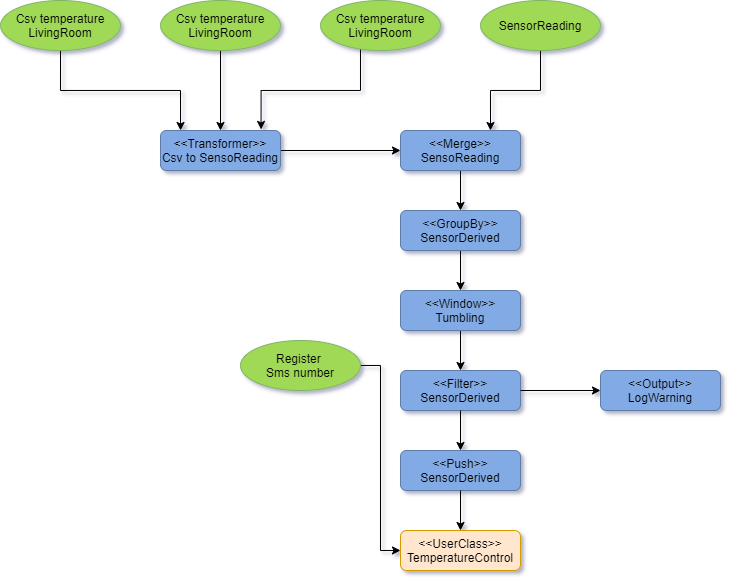
Above: .gitbook/assets/quickstartoverview.png in gregv12/fluxtion (draw.io), before the change. Source tidied: cells renumbered, new cells last; positions are measured from the earlier drawing's top-left corner, leaving out a move shared by most shapes.
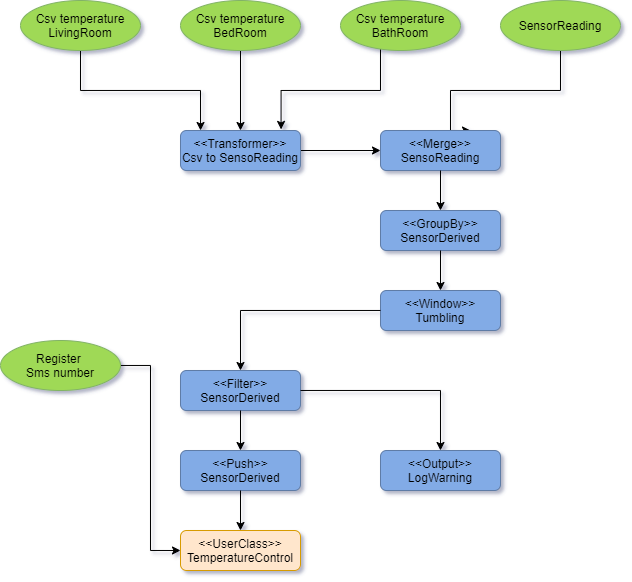
Above is the later version.

Commit message:
GitBook: [master] no pages and one asset modified

The edit, as a diff of the source:
```diff
@@ -22,7 +22,7 @@
     <mxCell id="6" style="edgeStyle=orthogonalEdgeStyle;rounded=0;jettySize=auto;html=1;fontFamily=Helvetica;entryX=0.5;entryY=0;entryDx=0;entryDy=0;" parent="1" edge="1" source="7" target="3">
       <mxGeometry relative="1" as="geometry" />
     </mxCell>
-    <mxCell id="7" value="Csv temperature&lt;br&gt;LivingRoom" style="ellipse;whiteSpace=wrap;html=1;fillColor=#9FD956;strokeColor=#82b366;" parent="1" vertex="1">
+    <mxCell id="7" value="Csv temperature&lt;br&gt;BedRoom" style="ellipse;whiteSpace=wrap;html=1;fillColor=#9FD956;strokeColor=#82b366;" parent="1" vertex="1">
       <mxGeometry x="160" width="120" height="50" as="geometry" />
     </mxCell>
     <mxCell id="8" style="edgeStyle=orthogonalEdgeStyle;rounded=0;jettySize=auto;html=1;fontFamily=Helvetica;entryX=0.838;entryY=-0.027;entryDx=0;entryDy=0;entryPerimeter=0;" parent="1" edge="1" source="9" target="3">
@@ -33,62 +33,64 @@
         </Array>
       </mxGeometry>
     </mxCell>
-    <mxCell id="9" value="Csv temperature&lt;br&gt;LivingRoom" style="ellipse;whiteSpace=wrap;html=1;fillColor=#9FD956;strokeColor=#82b366;" parent="1" vertex="1">
+    <mxCell id="9" value="Csv temperature&lt;br&gt;BathRoom" style="ellipse;whiteSpace=wrap;html=1;fillColor=#9FD956;strokeColor=#82b366;" parent="1" vertex="1">
       <mxGeometry x="320" width="120" height="50" as="geometry" />
     </mxCell>
     <mxCell id="10" style="edgeStyle=orthogonalEdgeStyle;rounded=0;jettySize=auto;html=1;entryX=0.75;entryY=0;entryDx=0;entryDy=0;fontFamily=Helvetica;" parent="1" edge="1" source="11" target="13">
-      <mxGeometry relative="1" as="geometry" />
+      <mxGeometry relative="1" as="geometry">
+        <Array as="points">
+          <mxPoint x="540" y="90" />
+          <mxPoint x="430" y="90" />
+        </Array>
+      </mxGeometry>
     </mxCell>
     <mxCell id="11" value="SensorReading" style="ellipse;whiteSpace=wrap;html=1;fillColor=#9FD956;strokeColor=#82b366;" parent="1" vertex="1">
       <mxGeometry x="480" width="120" height="50" as="geometry" />
     </mxCell>
+    <mxCell id="13" value="&lt;span style=&quot;white-space: normal&quot;&gt;&amp;lt;&amp;lt;Merge&amp;gt;&amp;gt;&lt;br&gt;SensoReading&lt;/span&gt;" style="rounded=1;whiteSpace=wrap;html=1;fillColor=#82ABE6;strokeColor=#5E7BA6;fontFamily=Helvetica;" parent="1" vertex="1">
+      <mxGeometry x="360" y="130" width="120" height="40" as="geometry" />
+    </mxCell>
+    <mxCell id="15" value="&lt;span style=&quot;white-space: normal&quot;&gt;&amp;lt;&amp;lt;GroupBy&amp;gt;&amp;gt;&lt;br&gt;SensorDerived&lt;br&gt;&lt;/span&gt;" style="rounded=1;whiteSpace=wrap;html=1;fillColor=#82ABE6;strokeColor=#5E7BA6;fontFamily=Helvetica;" parent="1" vertex="1">
+      <mxGeometry x="360" y="210" width="120" height="40" as="geometry" />
+    </mxCell>
     <mxCell id="12" style="edgeStyle=orthogonalEdgeStyle;rounded=0;jettySize=auto;html=1;entryX=0.5;entryY=0;entryDx=0;entryDy=0;fontFamily=Helvetica;" parent="1" edge="1" source="13" target="15">
       <mxGeometry relative="1" as="geometry" />
     </mxCell>
-    <mxCell id="13" value="&lt;span style=&quot;white-space: normal&quot;&gt;&amp;lt;&amp;lt;Merge&amp;gt;&amp;gt;&lt;br&gt;SensoReading&lt;/span&gt;" style="rounded=1;whiteSpace=wrap;html=1;fillColor=#82ABE6;strokeColor=#5E7BA6;fontFamily=Helvetica;" parent="1" vertex="1">
-      <mxGeometry x="400" y="130" width="120" height="40" as="geometry" />
-    </mxCell>
+    <mxCell id="17" value="&lt;span style=&quot;white-space: normal&quot;&gt;&amp;lt;&amp;lt;Window&amp;gt;&amp;gt;&lt;br&gt;Tumbling&lt;br&gt;&lt;/span&gt;" style="rounded=1;whiteSpace=wrap;html=1;fillColor=#82ABE6;strokeColor=#5E7BA6;fontFamily=Helvetica;" parent="1" vertex="1">
+      <mxGeometry x="360" y="290" width="120" height="40" as="geometry" />
+    </mxCell>
     <mxCell id="14" style="edgeStyle=orthogonalEdgeStyle;rounded=0;jettySize=auto;html=1;fontFamily=Helvetica;" parent="1" edge="1" source="15" target="17">
       <mxGeometry relative="1" as="geometry" />
     </mxCell>
-    <mxCell id="15" value="&lt;span style=&quot;white-space: normal&quot;&gt;&amp;lt;&amp;lt;GroupBy&amp;gt;&amp;gt;&lt;br&gt;SensorDerived&lt;br&gt;&lt;/span&gt;" style="rounded=1;whiteSpace=wrap;html=1;fillColor=#82ABE6;strokeColor=#5E7BA6;fontFamily=Helvetica;" parent="1" vertex="1">
-      <mxGeometry x="400" y="210" width="120" height="40" as="geometry" />
-    </mxCell>
     <mxCell id="16" style="edgeStyle=orthogonalEdgeStyle;rounded=0;jettySize=auto;html=1;entryX=0.5;entryY=0;entryDx=0;entryDy=0;fontFamily=Helvetica;" parent="1" edge="1" source="17" target="19">
       <mxGeometry relative="1" as="geometry" />
     </mxCell>
-    <mxCell id="17" value="&lt;span style=&quot;white-space: normal&quot;&gt;&amp;lt;&amp;lt;Window&amp;gt;&amp;gt;&lt;br&gt;Tumbling&lt;br&gt;&lt;/span&gt;" style="rounded=1;whiteSpace=wrap;html=1;fillColor=#82ABE6;strokeColor=#5E7BA6;fontFamily=Helvetica;" parent="1" vertex="1">
-      <mxGeometry x="400" y="290" width="120" height="40" as="geometry" />
-    </mxCell>
-    <mxCell id="18" style="group;" parent="1" vertex="1">
-      <mxGeometry x="240" y="340" width="480" height="230" as="geometry" />
-    </mxCell>
-    <mxCell id="19" value="&lt;span style=&quot;white-space: normal&quot;&gt;&amp;lt;&amp;lt;Filter&amp;gt;&amp;gt;&lt;br&gt;SensorDerived&lt;br&gt;&lt;/span&gt;" style="rounded=1;whiteSpace=wrap;html=1;fillColor=#82ABE6;strokeColor=#5E7BA6;fontFamily=Helvetica;" parent="18" vertex="1">
-      <mxGeometry x="160" y="30" width="120" height="40" as="geometry" />
+    <mxCell id="19" value="&lt;span style=&quot;white-space: normal&quot;&gt;&amp;lt;&amp;lt;Filter&amp;gt;&amp;gt;&lt;br&gt;SensorDerived&lt;br&gt;&lt;/span&gt;" style="rounded=1;whiteSpace=wrap;html=1;fillColor=#82ABE6;strokeColor=#5E7BA6;fontFamily=Helvetica;" parent="1" vertex="1">
+      <mxGeometry x="160" y="370" width="120" height="40" as="geometry" />
     </mxCell>
-    <mxCell id="20" value="&lt;span style=&quot;white-space: normal&quot;&gt;&amp;lt;&amp;lt;Output&amp;gt;&amp;gt;&lt;br&gt;LogWarning&lt;br&gt;&lt;/span&gt;" style="rounded=1;whiteSpace=wrap;html=1;fillColor=#82ABE6;strokeColor=#5E7BA6;fontFamily=Helvetica;" parent="18" vertex="1">
-      <mxGeometry x="360" y="30" width="120" height="40" as="geometry" />
+    <mxCell id="20" value="&lt;span style=&quot;white-space: normal&quot;&gt;&amp;lt;&amp;lt;Output&amp;gt;&amp;gt;&lt;br&gt;LogWarning&lt;br&gt;&lt;/span&gt;" style="rounded=1;whiteSpace=wrap;html=1;fillColor=#82ABE6;strokeColor=#5E7BA6;fontFamily=Helvetica;" parent="1" vertex="1">
+      <mxGeometry x="360" y="450" width="120" height="40" as="geometry" />
     </mxCell>
-    <mxCell id="21" style="edgeStyle=orthogonalEdgeStyle;rounded=0;jettySize=auto;html=1;fontFamily=Helvetica;" parent="18" edge="1" source="19" target="20">
+    <mxCell id="21" style="edgeStyle=orthogonalEdgeStyle;rounded=0;jettySize=auto;html=1;fontFamily=Helvetica;" parent="1" edge="1" source="19" target="20">
       <mxGeometry relative="1" as="geometry" />
     </mxCell>
-    <mxCell id="22" value="&lt;span style=&quot;white-space: normal&quot;&gt;&amp;lt;&amp;lt;Push&amp;gt;&amp;gt;&lt;br&gt;SensorDerived&lt;br&gt;&lt;/span&gt;" style="rounded=1;whiteSpace=wrap;html=1;fillColor=#82ABE6;strokeColor=#5E7BA6;fontFamily=Helvetica;" parent="18" vertex="1">
-      <mxGeometry x="160" y="110" width="120" height="40" as="geometry" />
+    <mxCell id="22" value="&lt;span style=&quot;white-space: normal&quot;&gt;&amp;lt;&amp;lt;Push&amp;gt;&amp;gt;&lt;br&gt;SensorDerived&lt;br&gt;&lt;/span&gt;" style="rounded=1;whiteSpace=wrap;html=1;fillColor=#82ABE6;strokeColor=#5E7BA6;fontFamily=Helvetica;" parent="1" vertex="1">
+      <mxGeometry x="160" y="450" width="120" height="40" as="geometry" />
     </mxCell>
-    <mxCell id="23" style="edgeStyle=orthogonalEdgeStyle;rounded=0;jettySize=auto;html=1;entryX=0.5;entryY=0;entryDx=0;entryDy=0;fontFamily=Helvetica;" parent="18" edge="1" source="19" target="22">
+    <mxCell id="23" style="edgeStyle=orthogonalEdgeStyle;rounded=0;jettySize=auto;html=1;entryX=0.5;entryY=0;entryDx=0;entryDy=0;fontFamily=Helvetica;" parent="1" edge="1" source="19" target="22">
       <mxGeometry relative="1" as="geometry" />
     </mxCell>
-    <mxCell id="24" value="&lt;span style=&quot;white-space: normal&quot;&gt;&amp;lt;&amp;lt;UserClass&amp;gt;&amp;gt;&lt;br&gt;TemperatureControl&lt;br&gt;&lt;/span&gt;" style="rounded=1;whiteSpace=wrap;html=1;fillColor=#ffe6cc;strokeColor=#d79b00;fontFamily=Helvetica;" parent="18" vertex="1">
-      <mxGeometry x="160" y="190" width="120" height="40" as="geometry" />
+    <mxCell id="24" value="&lt;span style=&quot;white-space: normal&quot;&gt;&amp;lt;&amp;lt;UserClass&amp;gt;&amp;gt;&lt;br&gt;TemperatureControl&lt;br&gt;&lt;/span&gt;" style="rounded=1;whiteSpace=wrap;html=1;fillColor=#ffe6cc;strokeColor=#d79b00;fontFamily=Helvetica;" parent="1" vertex="1">
+      <mxGeometry x="160" y="530" width="120" height="40" as="geometry" />
     </mxCell>
-    <mxCell id="25" style="edgeStyle=orthogonalEdgeStyle;rounded=0;jettySize=auto;html=1;entryX=0.5;entryY=0;entryDx=0;entryDy=0;fontFamily=Helvetica;" parent="18" edge="1" source="22" target="24">
+    <mxCell id="25" style="edgeStyle=orthogonalEdgeStyle;rounded=0;jettySize=auto;html=1;entryX=0.5;entryY=0;entryDx=0;entryDy=0;fontFamily=Helvetica;" parent="1" edge="1" source="22" target="24">
       <mxGeometry relative="1" as="geometry" />
     </mxCell>
-    <mxCell id="26" style="edgeStyle=orthogonalEdgeStyle;rounded=0;jettySize=auto;html=1;entryX=0;entryY=0.5;entryDx=0;entryDy=0;fontFamily=Helvetica;" parent="18" edge="1" source="27" target="24">
+    <mxCell id="26" style="edgeStyle=orthogonalEdgeStyle;rounded=0;jettySize=auto;html=1;entryX=0;entryY=0.5;entryDx=0;entryDy=0;fontFamily=Helvetica;" parent="1" edge="1" source="27" target="24">
       <mxGeometry relative="1" as="geometry" />
     </mxCell>
-    <mxCell id="27" value="Register &lt;br&gt;Sms number" style="ellipse;whiteSpace=wrap;html=1;fillColor=#9FD956;strokeColor=#82b366;" parent="18" vertex="1">
-      <mxGeometry width="120" height="50" as="geometry" />
+    <mxCell id="27" value="Register &lt;br&gt;Sms number" style="ellipse;whiteSpace=wrap;html=1;fillColor=#9FD956;strokeColor=#82b366;" parent="1" vertex="1">
+      <mxGeometry x="-20" y="340" width="120" height="50" as="geometry" />
     </mxCell>
   </root>
 </mxGraphModel>
```
